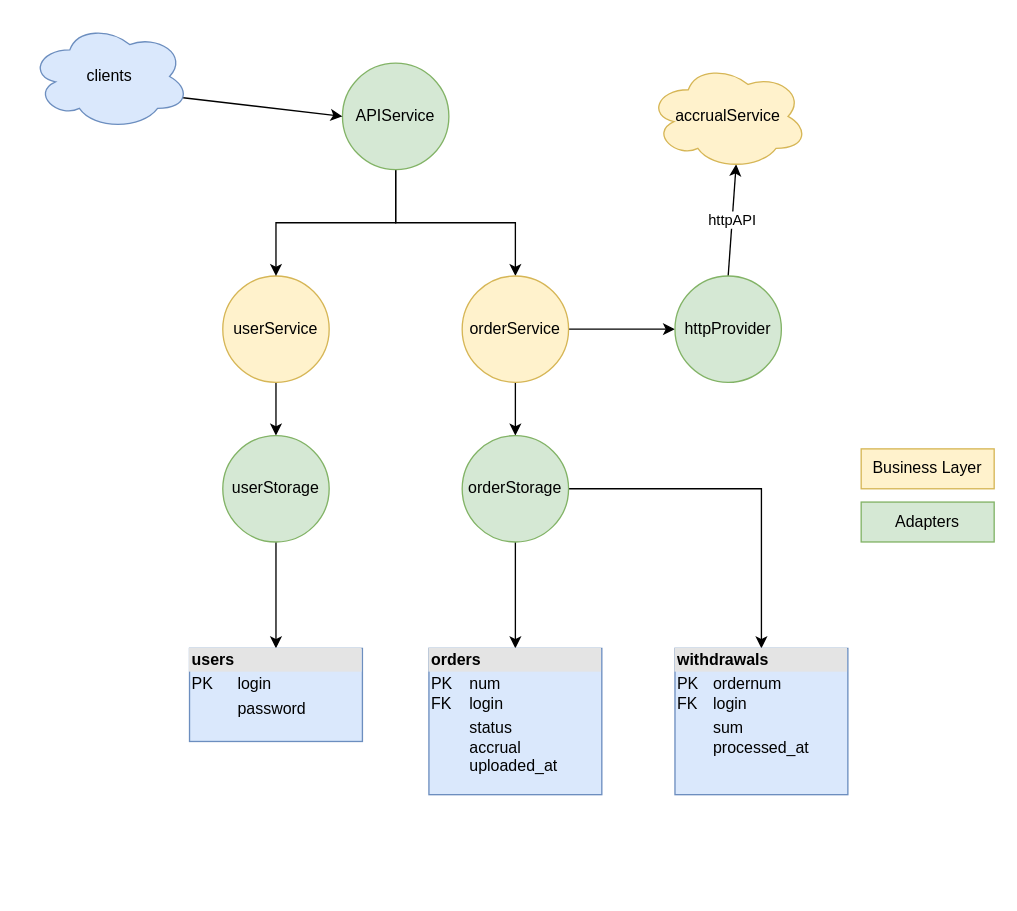
Before: scheme.drawio in IlyaYP/diploma, a draw.io diagram. Source tidied: cells renumbered, new cells numbered last; positions are measured from the earlier drawing's top-left corner, leaving out a move shared by most shapes. Both pictures are drawn from the tidied source at 133%, with x=0, y=0 at pixel (29, 23).
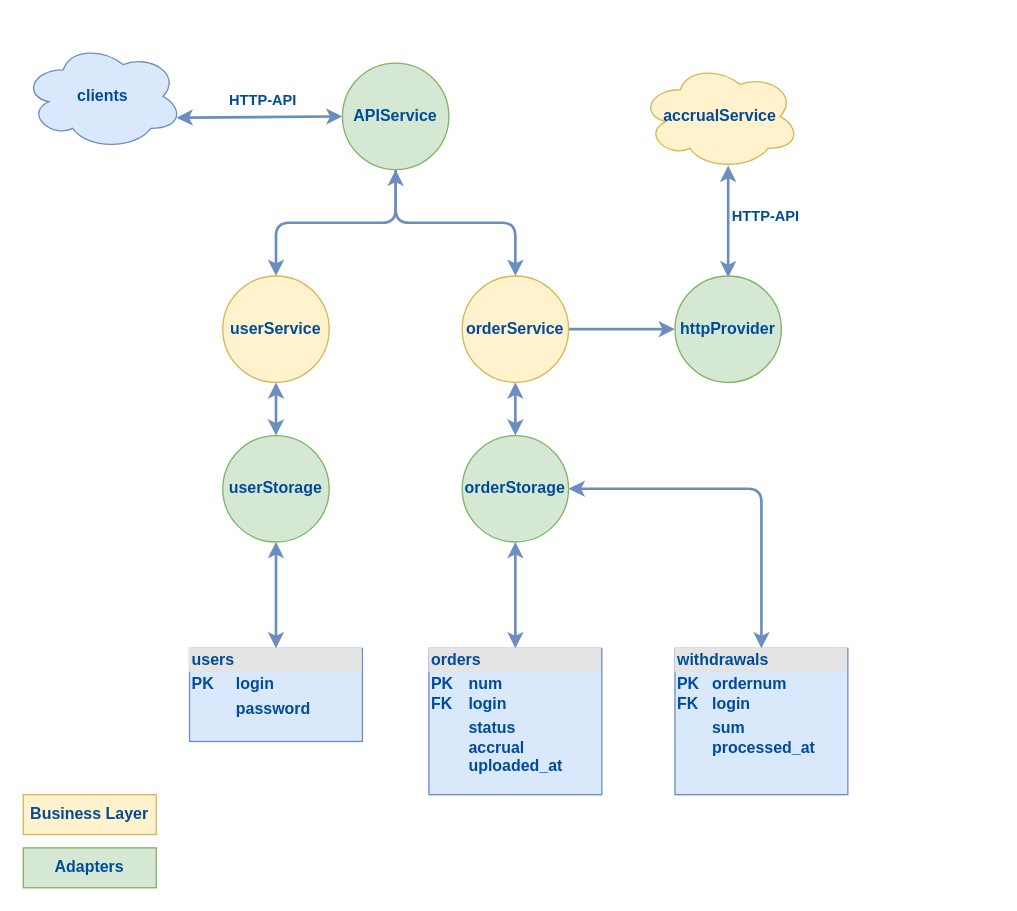
After the change.

Diff of the diagram source:
```diff
@@
-    <mxCell id="2" style="edgeStyle=orthogonalEdgeStyle;rounded=0;jettySize=auto;html=1;" parent="1" edge="1" source="3" target="5">
+    <mxCell id="2" style="edgeStyle=orthogonalEdgeStyle;rounded=1;jettySize=auto;html=1;startArrow=classic;startFill=1;strokeColor=#6c8ebf;strokeWidth=2;fillColor=#dae8fc;fontStyle=1;fontColor=#004C99;" parent="1" edge="1" source="3" target="5">
       <mxGeometry relative="1" as="geometry" />
     </mxCell>
-    <mxCell id="3" value="userService" style="ellipse;whiteSpace=wrap;html=1;fillColor=#fff2cc;strokeColor=#d6b656;" parent="1" vertex="1">
+    <mxCell id="3" value="userService" style="ellipse;whiteSpace=wrap;html=1;fillColor=#fff2cc;strokeColor=#d6b656;fontStyle=1;fontColor=#004C99;" parent="1" vertex="1">
       <mxGeometry x="145" y="190" width="80" height="80" as="geometry" />
     </mxCell>
-    <mxCell id="4" style="edgeStyle=orthogonalEdgeStyle;rounded=0;jettySize=auto;html=1;exitX=0.5;exitY=1;exitDx=0;exitDy=0;entryX=0.5;entryY=0;entryDx=0;entryDy=0;" parent="1" edge="1" source="5" target="9">
+    <mxCell id="4" style="edgeStyle=orthogonalEdgeStyle;rounded=1;jettySize=auto;html=1;exitX=0.5;exitY=1;exitDx=0;exitDy=0;entryX=0.5;entryY=0;entryDx=0;entryDy=0;startArrow=classic;startFill=1;strokeColor=#6c8ebf;strokeWidth=2;fillColor=#dae8fc;fontStyle=1;fontColor=#004C99;" parent="1" edge="1" source="5" target="9">
       <mxGeometry relative="1" as="geometry" />
     </mxCell>
-    <mxCell id="5" value="userStorage" style="ellipse;whiteSpace=wrap;html=1;fillColor=#d5e8d4;strokeColor=#82b366;" parent="1" vertex="1">
+    <mxCell id="5" value="userStorage" style="ellipse;whiteSpace=wrap;html=1;fillColor=#d5e8d4;strokeColor=#82b366;fontStyle=1;fontColor=#004C99;" parent="1" vertex="1">
       <mxGeometry x="145" y="310" width="80" height="80" as="geometry" />
     </mxCell>
-    <mxCell id="6" style="edgeStyle=orthogonalEdgeStyle;rounded=0;jettySize=auto;html=1;exitX=0.5;exitY=1;exitDx=0;exitDy=0;entryX=0.5;entryY=0;entryDx=0;entryDy=0;" parent="1" edge="1" source="8" target="3">
+    <mxCell id="6" style="edgeStyle=orthogonalEdgeStyle;jettySize=auto;html=1;exitX=0.5;exitY=1;exitDx=0;exitDy=0;entryX=0.5;entryY=0;entryDx=0;entryDy=0;rounded=1;strokeColor=#6c8ebf;strokeWidth=2;fillColor=#dae8fc;fontStyle=1;fontColor=#004C99;" parent="1" edge="1" source="8" target="3">
       <mxGeometry relative="1" as="geometry" />
     </mxCell>
-    <mxCell id="7" style="edgeStyle=orthogonalEdgeStyle;rounded=0;jettySize=auto;html=1;exitX=0.5;exitY=1;exitDx=0;exitDy=0;entryX=0.5;entryY=0;entryDx=0;entryDy=0;" parent="1" edge="1" source="8" target="12">
+    <mxCell id="7" style="edgeStyle=orthogonalEdgeStyle;rounded=1;jettySize=auto;html=1;exitX=0.5;exitY=1;exitDx=0;exitDy=0;entryX=0.5;entryY=0;entryDx=0;entryDy=0;startArrow=classic;startFill=1;strokeColor=#6c8ebf;strokeWidth=2;fillColor=#dae8fc;fontStyle=1;fontColor=#004C99;" parent="1" edge="1" source="8" target="12">
       <mxGeometry relative="1" as="geometry" />
     </mxCell>
-    <mxCell id="8" value="APIService" style="ellipse;whiteSpace=wrap;html=1;fillColor=#d5e8d4;strokeColor=#82b366;" parent="1" vertex="1">
+    <mxCell id="8" value="APIService" style="ellipse;whiteSpace=wrap;html=1;fillColor=#d5e8d4;strokeColor=#82b366;fontStyle=1;fontColor=#004C99;" parent="1" vertex="1">
       <mxGeometry x="235" y="30" width="80" height="80" as="geometry" />
     </mxCell>
-    <mxCell id="9" value="&lt;div style=&quot;box-sizing: border-box ; width: 100% ; background: #e4e4e4 ; padding: 2px&quot;&gt;&lt;b&gt;users&lt;/b&gt;&lt;/div&gt;&lt;table style=&quot;width: 100% ; font-size: 1em&quot; cellpadding=&quot;2&quot; cellspacing=&quot;0&quot;&gt;&lt;tbody&gt;&lt;tr&gt;&lt;td&gt;PK&lt;/td&gt;&lt;td&gt;login&lt;/td&gt;&lt;/tr&gt;&lt;tr&gt;&lt;td&gt;&lt;br&gt;&lt;/td&gt;&lt;td&gt;password&lt;/td&gt;&lt;/tr&gt;&lt;tr&gt;&lt;td&gt;&lt;/td&gt;&lt;td&gt;&lt;br&gt;&lt;/td&gt;&lt;/tr&gt;&lt;/tbody&gt;&lt;/table&gt;" style="verticalAlign=top;align=left;overflow=fill;html=1;fillColor=#dae8fc;strokeColor=#6c8ebf;" parent="1" vertex="1">
+    <mxCell id="9" value="&lt;div style=&quot;box-sizing: border-box ; width: 100% ; background: #e4e4e4 ; padding: 2px&quot;&gt;&lt;span&gt;users&lt;/span&gt;&lt;/div&gt;&lt;table style=&quot;width: 100% ; font-size: 1em&quot; cellpadding=&quot;2&quot; cellspacing=&quot;0&quot;&gt;&lt;tbody&gt;&lt;tr&gt;&lt;td&gt;PK&lt;/td&gt;&lt;td&gt;login&lt;/td&gt;&lt;/tr&gt;&lt;tr&gt;&lt;td&gt;&lt;br&gt;&lt;/td&gt;&lt;td&gt;password&lt;/td&gt;&lt;/tr&gt;&lt;tr&gt;&lt;td&gt;&lt;/td&gt;&lt;td&gt;&lt;br&gt;&lt;/td&gt;&lt;/tr&gt;&lt;/tbody&gt;&lt;/table&gt;" style="verticalAlign=top;align=left;overflow=fill;html=1;fillColor=#dae8fc;strokeColor=#6c8ebf;fontStyle=1;fontColor=#004C99;" parent="1" vertex="1">
       <mxGeometry x="120" y="470" width="130" height="70" as="geometry" />
     </mxCell>
-    <mxCell id="10" style="edgeStyle=orthogonalEdgeStyle;rounded=0;jettySize=auto;html=1;exitX=0.5;exitY=1;exitDx=0;exitDy=0;entryX=0.5;entryY=0;entryDx=0;entryDy=0;" parent="1" edge="1" source="12" target="15">
+    <mxCell id="10" style="edgeStyle=orthogonalEdgeStyle;rounded=1;jettySize=auto;html=1;exitX=0.5;exitY=1;exitDx=0;exitDy=0;entryX=0.5;entryY=0;entryDx=0;entryDy=0;startArrow=classic;startFill=1;strokeColor=#6c8ebf;strokeWidth=2;fillColor=#dae8fc;fontStyle=1;fontColor=#004C99;" parent="1" edge="1" source="12" target="15">
       <mxGeometry relative="1" as="geometry" />
     </mxCell>
-    <mxCell id="11" style="edgeStyle=orthogonalEdgeStyle;rounded=0;jettySize=auto;html=1;exitX=1;exitY=0.5;exitDx=0;exitDy=0;entryX=0;entryY=0.5;entryDx=0;entryDy=0;" parent="1" edge="1" source="12" target="18">
+    <mxCell id="11" style="edgeStyle=orthogonalEdgeStyle;rounded=1;jettySize=auto;html=1;exitX=1;exitY=0.5;exitDx=0;exitDy=0;entryX=0;entryY=0.5;entryDx=0;entryDy=0;strokeColor=#6c8ebf;strokeWidth=2;fillColor=#dae8fc;fontStyle=1;fontColor=#004C99;" parent="1" edge="1" source="12" target="18">
       <mxGeometry relative="1" as="geometry" />
     </mxCell>
-    <mxCell id="12" value="orderService" style="ellipse;whiteSpace=wrap;html=1;fillColor=#fff2cc;strokeColor=#d6b656;" parent="1" vertex="1">
+    <mxCell id="12" value="orderService" style="ellipse;whiteSpace=wrap;html=1;fillColor=#fff2cc;strokeColor=#d6b656;fontStyle=1;fontColor=#004C99;" parent="1" vertex="1">
       <mxGeometry x="325" y="190" width="80" height="80" as="geometry" />
     </mxCell>
-    <mxCell id="13" style="edgeStyle=orthogonalEdgeStyle;rounded=0;jettySize=auto;html=1;entryX=0.5;entryY=0;entryDx=0;entryDy=0;" parent="1" edge="1" source="15" target="16">
+    <mxCell id="13" style="edgeStyle=orthogonalEdgeStyle;rounded=1;jettySize=auto;html=1;entryX=0.5;entryY=0;entryDx=0;entryDy=0;startArrow=classic;startFill=1;strokeColor=#6c8ebf;strokeWidth=2;fillColor=#dae8fc;fontStyle=1;fontColor=#004C99;" parent="1" edge="1" source="15" target="16">
       <mxGeometry relative="1" as="geometry" />
     </mxCell>
-    <mxCell id="14" style="edgeStyle=orthogonalEdgeStyle;rounded=0;jettySize=auto;html=1;exitX=1;exitY=0.5;exitDx=0;exitDy=0;entryX=0.5;entryY=0;entryDx=0;entryDy=0;" parent="1" edge="1" source="15" target="19">
+    <mxCell id="14" style="edgeStyle=orthogonalEdgeStyle;rounded=1;jettySize=auto;html=1;exitX=1;exitY=0.5;exitDx=0;exitDy=0;entryX=0.5;entryY=0;entryDx=0;entryDy=0;startArrow=classic;startFill=1;strokeColor=#6c8ebf;strokeWidth=2;fillColor=#dae8fc;fontStyle=1;fontColor=#004C99;" parent="1" edge="1" source="15" target="19">
       <mxGeometry relative="1" as="geometry" />
     </mxCell>
-    <mxCell id="15" value="orderStorage" style="ellipse;whiteSpace=wrap;html=1;fillColor=#d5e8d4;strokeColor=#82b366;" parent="1" vertex="1">
+    <mxCell id="15" value="orderStorage" style="ellipse;whiteSpace=wrap;html=1;fillColor=#d5e8d4;strokeColor=#82b366;fontStyle=1;fontColor=#004C99;" parent="1" vertex="1">
       <mxGeometry x="325" y="310" width="80" height="80" as="geometry" />
     </mxCell>
-    <mxCell id="16" value="&lt;div style=&quot;box-sizing: border-box ; width: 100% ; background: #e4e4e4 ; padding: 2px&quot;&gt;&lt;b&gt;orders&lt;/b&gt;&lt;/div&gt;&lt;table style=&quot;width: 100% ; font-size: 1em&quot; cellpadding=&quot;2&quot; cellspacing=&quot;0&quot;&gt;&lt;tbody&gt;&lt;tr&gt;&lt;td&gt;PK&lt;br&gt;FK&lt;/td&gt;&lt;td&gt;num&lt;br&gt;login&lt;/td&gt;&lt;/tr&gt;&lt;tr&gt;&lt;td&gt;&lt;br&gt;&lt;/td&gt;&lt;td&gt;status&lt;br&gt;accrual&lt;br&gt;uploaded_at&lt;/td&gt;&lt;/tr&gt;&lt;tr&gt;&lt;td&gt;&lt;/td&gt;&lt;td&gt;&lt;br&gt;&lt;/td&gt;&lt;/tr&gt;&lt;/tbody&gt;&lt;/table&gt;" style="verticalAlign=top;align=left;overflow=fill;html=1;fillColor=#dae8fc;strokeColor=#6c8ebf;" parent="1" vertex="1">
+    <mxCell id="16" value="&lt;div style=&quot;box-sizing: border-box ; width: 100% ; background: #e4e4e4 ; padding: 2px&quot;&gt;&lt;span&gt;orders&lt;/span&gt;&lt;/div&gt;&lt;table style=&quot;width: 100% ; font-size: 1em&quot; cellpadding=&quot;2&quot; cellspacing=&quot;0&quot;&gt;&lt;tbody&gt;&lt;tr&gt;&lt;td&gt;PK&lt;br&gt;FK&lt;/td&gt;&lt;td&gt;num&lt;br&gt;login&lt;/td&gt;&lt;/tr&gt;&lt;tr&gt;&lt;td&gt;&lt;br&gt;&lt;/td&gt;&lt;td&gt;status&lt;br&gt;accrual&lt;br&gt;uploaded_at&lt;/td&gt;&lt;/tr&gt;&lt;tr&gt;&lt;td&gt;&lt;/td&gt;&lt;td&gt;&lt;br&gt;&lt;/td&gt;&lt;/tr&gt;&lt;/tbody&gt;&lt;/table&gt;" style="verticalAlign=top;align=left;overflow=fill;html=1;fillColor=#dae8fc;strokeColor=#6c8ebf;fontStyle=1;fontColor=#004C99;" parent="1" vertex="1">
       <mxGeometry x="300" y="470" width="130" height="110" as="geometry" />
     </mxCell>
-    <mxCell id="17" value="httpAPI" style="rounded=0;jettySize=auto;html=1;exitX=0.5;exitY=0;exitDx=0;exitDy=0;entryX=0.55;entryY=0.95;entryDx=0;entryDy=0;entryPerimeter=0;" parent="1" edge="1" source="18" target="20">
-      <mxGeometry relative="1" as="geometry" />
+    <mxCell id="17" value="HTTP-API" style="rounded=1;orthogonalLoop=1;jettySize=auto;html=1;exitX=0.5;exitY=0;exitDx=0;exitDy=0;entryX=0.55;entryY=0.95;entryDx=0;entryDy=0;entryPerimeter=0;startArrow=classic;startFill=1;strokeColor=#6c8ebf;strokeWidth=2;fillColor=#dae8fc;fontStyle=1;fontColor=#004C99;labelBackgroundColor=none;" parent="1" edge="1">
+      <mxGeometry x="0.1" y="-28" relative="1" as="geometry">
+        <mxPoint x="525" y="191" as="sourcePoint" />
+        <mxPoint x="525" y="107" as="targetPoint" />
+      </mxGeometry>
     </mxCell>
-    <mxCell id="18" value="httpProvider" style="ellipse;whiteSpace=wrap;html=1;fillColor=#d5e8d4;strokeColor=#82b366;" parent="1" vertex="1">
+    <mxCell id="18" value="httpProvider" style="ellipse;whiteSpace=wrap;html=1;fillColor=#d5e8d4;strokeColor=#82b366;fontStyle=1;fontColor=#004C99;" parent="1" vertex="1">
       <mxGeometry x="485" y="190" width="80" height="80" as="geometry" />
     </mxCell>
-    <mxCell id="19" value="&lt;div style=&quot;box-sizing: border-box ; width: 100% ; background: #e4e4e4 ; padding: 2px&quot;&gt;&lt;b&gt;withdrawals&lt;/b&gt;&lt;/div&gt;&lt;table style=&quot;width: 100% ; font-size: 1em&quot; cellpadding=&quot;2&quot; cellspacing=&quot;0&quot;&gt;&lt;tbody&gt;&lt;tr&gt;&lt;td&gt;PK&lt;br&gt;FK&lt;/td&gt;&lt;td&gt;ordernum&lt;br&gt;login&lt;/td&gt;&lt;/tr&gt;&lt;tr&gt;&lt;td&gt;&lt;br&gt;&lt;/td&gt;&lt;td&gt;sum&lt;br&gt;processed_at&lt;/td&gt;&lt;/tr&gt;&lt;tr&gt;&lt;td&gt;&lt;/td&gt;&lt;td&gt;&lt;br&gt;&lt;/td&gt;&lt;/tr&gt;&lt;/tbody&gt;&lt;/table&gt;" style="verticalAlign=top;align=left;overflow=fill;html=1;fillColor=#dae8fc;strokeColor=#6c8ebf;" parent="1" vertex="1">
+    <mxCell id="19" value="&lt;div style=&quot;box-sizing: border-box ; width: 100% ; background: #e4e4e4 ; padding: 2px&quot;&gt;&lt;span&gt;withdrawals&lt;/span&gt;&lt;/div&gt;&lt;table style=&quot;width: 100% ; font-size: 1em&quot; cellpadding=&quot;2&quot; cellspacing=&quot;0&quot;&gt;&lt;tbody&gt;&lt;tr&gt;&lt;td&gt;PK&lt;br&gt;FK&lt;/td&gt;&lt;td&gt;ordernum&lt;br&gt;login&lt;/td&gt;&lt;/tr&gt;&lt;tr&gt;&lt;td&gt;&lt;br&gt;&lt;/td&gt;&lt;td&gt;sum&lt;br&gt;processed_at&lt;/td&gt;&lt;/tr&gt;&lt;tr&gt;&lt;td&gt;&lt;/td&gt;&lt;td&gt;&lt;br&gt;&lt;/td&gt;&lt;/tr&gt;&lt;/tbody&gt;&lt;/table&gt;" style="verticalAlign=top;align=left;overflow=fill;html=1;fillColor=#dae8fc;strokeColor=#6c8ebf;fontStyle=1;fontColor=#004C99;" parent="1" vertex="1">
       <mxGeometry x="485" y="470" width="130" height="110" as="geometry" />
     </mxCell>
-    <mxCell id="20" value="&lt;span&gt;accrualService&lt;/span&gt;" style="ellipse;shape=cloud;whiteSpace=wrap;html=1;fillColor=#fff2cc;strokeColor=#d6b656;" parent="1" vertex="1">
-      <mxGeometry x="465" y="30" width="120" height="80" as="geometry" />
+    <mxCell id="20" value="&lt;span&gt;accrualService&lt;/span&gt;" style="ellipse;shape=cloud;whiteSpace=wrap;html=1;fillColor=#fff2cc;strokeColor=#d6b656;fontStyle=1;fontColor=#004C99;" parent="1" vertex="1">
+      <mxGeometry x="459" y="30" width="120" height="80" as="geometry" />
     </mxCell>
-    <mxCell id="21" style="edgeStyle=none;rounded=0;jettySize=auto;html=1;exitX=0.96;exitY=0.7;exitDx=0;exitDy=0;exitPerimeter=0;entryX=0;entryY=0.5;entryDx=0;entryDy=0;" parent="1" edge="1" source="22" target="8">
+    <mxCell id="21" style="edgeStyle=none;rounded=0;jettySize=auto;html=1;exitX=0.96;exitY=0.7;exitDx=0;exitDy=0;exitPerimeter=0;entryX=0;entryY=0.5;entryDx=0;entryDy=0;startArrow=classic;startFill=1;strokeColor=#6c8ebf;strokeWidth=2;fillColor=#dae8fc;fontStyle=1;fontColor=#004C99;" parent="1" edge="1" source="22" target="8">
       <mxGeometry relative="1" as="geometry" />
     </mxCell>
+    <mxCell id="25" value="HTTP-API" style="edgeLabel;html=1;align=center;verticalAlign=middle;fontStyle=1;fontColor=#004C99;labelBackgroundColor=none;" parent="21" vertex="1">
+      <mxGeometry x="0.19" y="-2" relative="1" as="geometry">
+        <mxPoint x="-10" y="-15" as="offset" />
+      </mxGeometry>
+    </mxCell>
-    <mxCell id="22" value="clients" style="ellipse;shape=cloud;whiteSpace=wrap;html=1;fillColor=#dae8fc;strokeColor=#6c8ebf;" parent="1" vertex="1">
-      <mxGeometry width="120" height="80" as="geometry" />
+    <mxCell id="22" value="clients" style="ellipse;shape=cloud;whiteSpace=wrap;html=1;fillColor=#dae8fc;strokeColor=#6c8ebf;fontStyle=1;fontColor=#004C99;" parent="1" vertex="1">
+      <mxGeometry x="-5" y="15" width="120" height="80" as="geometry" />
     </mxCell>
-    <mxCell id="23" value="Business Layer" style="rounded=0;whiteSpace=wrap;html=1;fillColor=#fff2cc;strokeColor=#d6b656;" parent="1" vertex="1">
-      <mxGeometry x="625" y="320" width="100" height="30" as="geometry" />
+    <mxCell id="23" value="Business Layer" style="rounded=0;whiteSpace=wrap;html=1;fillColor=#fff2cc;strokeColor=#d6b656;fontStyle=1;fontColor=#004C99;" parent="1" vertex="1">
+      <mxGeometry x="-5" y="580" width="100" height="30" as="geometry" />
     </mxCell>
-    <mxCell id="24" value="Adapters" style="rounded=0;whiteSpace=wrap;html=1;fillColor=#d5e8d4;strokeColor=#82b366;" parent="1" vertex="1">
-      <mxGeometry x="625" y="360" width="100" height="30" as="geometry" />
+    <mxCell id="24" value="Adapters" style="rounded=0;whiteSpace=wrap;html=1;fillColor=#d5e8d4;strokeColor=#82b366;fontStyle=1;fontColor=#004C99;" parent="1" vertex="1">
+      <mxGeometry x="-5" y="620" width="100" height="30" as="geometry" />
     </mxCell>
```
